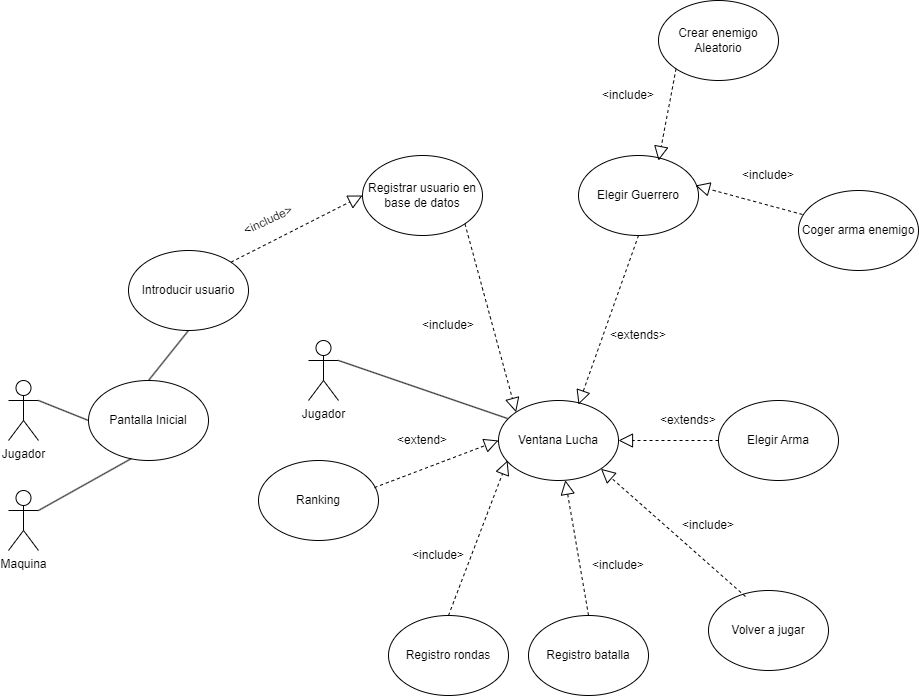
This is M5/diagrama_casos d'ús.png from PatricioGitHub1/Projecte-BatallaRaces, a draw.io export, as it was before one commit. Source tidied: cells renumbered, new cells last; positions are measured from the earlier drawing's top-left corner, leaving out a move shared by most shapes.
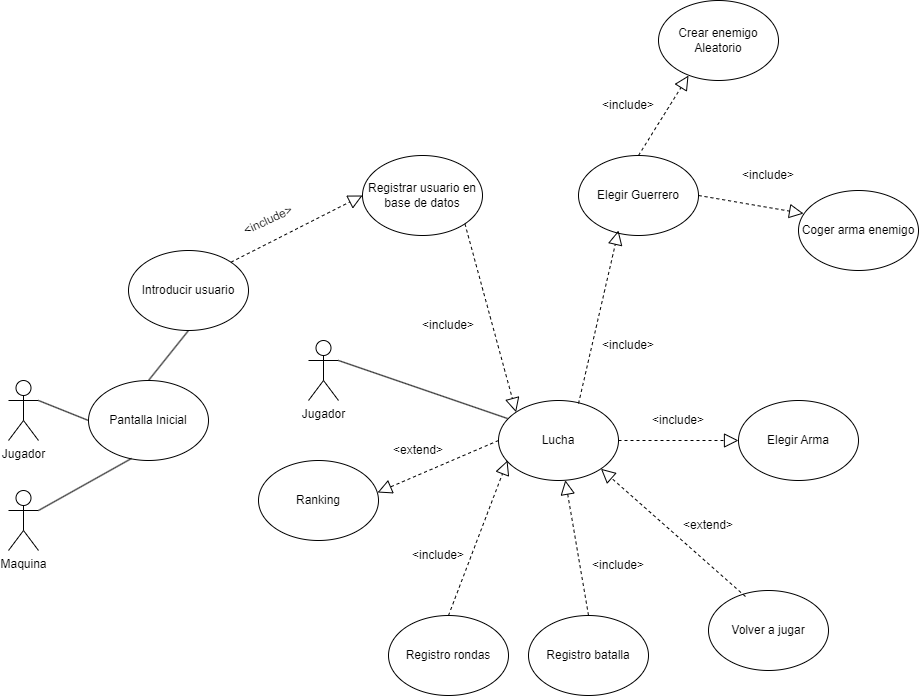
The same file after the commit.

Change to the diagram source:
```diff
@@ -20,7 +20,7 @@
     <mxCell id="7" style="endArrow=block;dashed=1;endFill=0;endSize=12;html=1;rounded=0;exitX=1;exitY=0;exitDx=0;exitDy=0;entryX=0;entryY=0.5;entryDx=0;entryDy=0;" parent="1" edge="1" source="4" target="5">
       <mxGeometry relative="1" as="geometry" />
     </mxCell>
-    <mxCell id="8" value="Ventana Lucha" style="ellipse;whiteSpace=wrap;html=1;" parent="1" vertex="1">
+    <mxCell id="8" value="Lucha" style="ellipse;whiteSpace=wrap;html=1;" parent="1" vertex="1">
       <mxGeometry x="490" y="400" width="120" height="80" as="geometry" />
     </mxCell>
     <mxCell id="9" style="endArrow=block;dashed=1;endFill=0;endSize=12;html=1;rounded=0;exitX=1;exitY=1;exitDx=0;exitDy=0;entryX=0;entryY=0;entryDx=0;entryDy=0;" parent="1" edge="1" source="5" target="8">
@@ -32,11 +32,13 @@
     <mxCell id="11" value="Elegir Guerrero" style="ellipse;whiteSpace=wrap;html=1;" parent="1" vertex="1">
       <mxGeometry x="570" y="155" width="120" height="80" as="geometry" />
     </mxCell>
-    <mxCell id="12" style="endArrow=block;dashed=1;endFill=0;endSize=12;html=1;rounded=0;exitX=0.5;exitY=1;exitDx=0;exitDy=0;entryX=0.667;entryY=0.05;entryDx=0;entryDy=0;entryPerimeter=0;" parent="1" edge="1" source="11" target="8">
-      <mxGeometry relative="1" as="geometry" />
+    <mxCell id="12" style="endArrow=block;dashed=1;endFill=0;endSize=12;html=1;rounded=0;exitX=0.667;exitY=0.038;exitDx=0;exitDy=0;exitPerimeter=0;" parent="1" edge="1" source="8">
+      <mxGeometry relative="1" as="geometry">
+        <mxPoint x="610" y="230" as="targetPoint" />
+      </mxGeometry>
     </mxCell>
-    <mxCell id="13" value="&amp;lt;extends&amp;gt;" style="text;html=1;strokeColor=none;fillColor=none;align=center;verticalAlign=middle;whiteSpace=wrap;rounded=0;rotation=0;" parent="1" vertex="1">
-      <mxGeometry x="600" y="320" width="60" height="30" as="geometry" />
+    <mxCell id="13" value="&amp;lt;include&amp;gt;" style="text;html=1;strokeColor=none;fillColor=none;align=center;verticalAlign=middle;whiteSpace=wrap;rounded=0;rotation=0;" parent="1" vertex="1">
+      <mxGeometry x="590" y="330" width="60" height="30" as="geometry" />
     </mxCell>
     <mxCell id="14" value="Registro batalla" style="ellipse;whiteSpace=wrap;html=1;" parent="1" vertex="1">
       <mxGeometry x="520" y="615" width="120" height="80" as="geometry" />
@@ -51,9 +53,9 @@
       <mxGeometry relative="1" as="geometry" />
     </mxCell>
     <mxCell id="18" value="Elegir Arma" style="ellipse;whiteSpace=wrap;html=1;" parent="1" vertex="1">
-      <mxGeometry x="710" y="400" width="120" height="80" as="geometry" />
+      <mxGeometry x="730" y="400" width="120" height="80" as="geometry" />
     </mxCell>
-    <mxCell id="19" style="endArrow=block;dashed=1;endFill=0;endSize=12;html=1;rounded=0;exitX=0;exitY=0.5;exitDx=0;exitDy=0;entryX=1;entryY=0.5;entryDx=0;entryDy=0;" parent="1" edge="1" source="18" target="8">
+    <mxCell id="19" style="endArrow=block;dashed=1;endFill=0;endSize=12;html=1;rounded=0;exitX=1;exitY=0.5;exitDx=0;exitDy=0;entryX=0;entryY=0.5;entryDx=0;entryDy=0;" parent="1" edge="1" source="8" target="18">
       <mxGeometry relative="1" as="geometry" />
     </mxCell>
     <mxCell id="20" value="Pantalla Inicial" style="ellipse;whiteSpace=wrap;html=1;" parent="1" vertex="1">
@@ -71,13 +73,11 @@
     <mxCell id="24" value="Ranking" style="ellipse;whiteSpace=wrap;html=1;" parent="1" vertex="1">
       <mxGeometry x="250" y="460" width="120" height="80" as="geometry" />
     </mxCell>
-    <mxCell id="25" style="endArrow=block;dashed=1;endFill=0;endSize=12;html=1;rounded=0;exitX=0.967;exitY=0.338;exitDx=0;exitDy=0;exitPerimeter=0;" parent="1" edge="1" source="24">
-      <mxGeometry relative="1" as="geometry">
-        <mxPoint x="490" y="440" as="targetPoint" />
-      </mxGeometry>
+    <mxCell id="25" style="endArrow=block;dashed=1;endFill=0;endSize=12;html=1;rounded=0;exitX=0;exitY=0.5;exitDx=0;exitDy=0;entryX=0.992;entryY=0.4;entryDx=0;entryDy=0;entryPerimeter=0;" parent="1" edge="1" source="8" target="24">
+      <mxGeometry relative="1" as="geometry" />
     </mxCell>
-    <mxCell id="26" value="&amp;lt;extends&amp;gt;" style="text;html=1;strokeColor=none;fillColor=none;align=center;verticalAlign=middle;whiteSpace=wrap;rounded=0;rotation=0;" parent="1" vertex="1">
-      <mxGeometry x="650" y="405" width="60" height="30" as="geometry" />
+    <mxCell id="26" value="&amp;lt;include&amp;gt;" style="text;html=1;strokeColor=none;fillColor=none;align=center;verticalAlign=middle;whiteSpace=wrap;rounded=0;rotation=0;" parent="1" vertex="1">
+      <mxGeometry x="640" y="405" width="60" height="30" as="geometry" />
     </mxCell>
     <mxCell id="27" value="&amp;lt;include&amp;gt;" style="text;html=1;strokeColor=none;fillColor=none;align=center;verticalAlign=middle;whiteSpace=wrap;rounded=0;rotation=0;" parent="1" vertex="1">
       <mxGeometry x="400" y="540" width="60" height="30" as="geometry" />
@@ -86,7 +86,7 @@
       <mxGeometry x="580" y="550" width="60" height="30" as="geometry" />
     </mxCell>
     <mxCell id="29" value="&amp;lt;extend&amp;gt;" style="text;html=1;strokeColor=none;fillColor=none;align=center;verticalAlign=middle;whiteSpace=wrap;rounded=0;rotation=0;" parent="1" vertex="1">
-      <mxGeometry x="384" y="425" width="60" height="30" as="geometry" />
+      <mxGeometry x="380" y="435" width="60" height="30" as="geometry" />
     </mxCell>
     <mxCell id="30" value="Volver a jugar" style="ellipse;whiteSpace=wrap;html=1;" parent="1" vertex="1">
       <mxGeometry x="700" y="590" width="120" height="80" as="geometry" />
@@ -94,7 +94,7 @@
     <mxCell id="31" style="endArrow=block;dashed=1;endFill=0;endSize=12;html=1;rounded=0;entryX=1;entryY=1;entryDx=0;entryDy=0;exitX=0.308;exitY=0.075;exitDx=0;exitDy=0;exitPerimeter=0;" parent="1" edge="1" source="30" target="8">
       <mxGeometry relative="1" as="geometry" />
     </mxCell>
-    <mxCell id="32" value="&amp;lt;include&amp;gt;" style="text;html=1;strokeColor=none;fillColor=none;align=center;verticalAlign=middle;whiteSpace=wrap;rounded=0;rotation=0;" parent="1" vertex="1">
+    <mxCell id="32" value="&amp;lt;extend&amp;gt;" style="text;html=1;strokeColor=none;fillColor=none;align=center;verticalAlign=middle;whiteSpace=wrap;rounded=0;rotation=0;" parent="1" vertex="1">
       <mxGeometry x="670" y="510" width="60" height="30" as="geometry" />
     </mxCell>
     <mxCell id="33" value="Jugador&lt;br&gt;" style="shape=umlActor;verticalLabelPosition=bottom;verticalAlign=top;html=1;outlineConnect=0;" parent="1" vertex="1">
@@ -109,17 +109,17 @@
     <mxCell id="36" value="Coger arma enemigo" style="ellipse;whiteSpace=wrap;html=1;" parent="1" vertex="1">
       <mxGeometry x="790" y="190" width="120" height="80" as="geometry" />
     </mxCell>
-    <mxCell id="37" style="endArrow=block;dashed=1;endFill=0;endSize=12;html=1;rounded=0;entryX=0.667;entryY=0.063;entryDx=0;entryDy=0;exitX=0;exitY=1;exitDx=0;exitDy=0;entryPerimeter=0;" parent="1" edge="1" source="35" target="11">
+    <mxCell id="37" style="endArrow=block;dashed=1;endFill=0;endSize=12;html=1;rounded=0;entryX=0.25;entryY=0.938;entryDx=0;entryDy=0;exitX=0.5;exitY=0;exitDx=0;exitDy=0;entryPerimeter=0;" parent="1" edge="1" source="11" target="35">
       <mxGeometry relative="1" as="geometry" />
     </mxCell>
-    <mxCell id="38" style="endArrow=block;dashed=1;endFill=0;endSize=12;html=1;rounded=0;entryX=0.975;entryY=0.375;entryDx=0;entryDy=0;entryPerimeter=0;exitX=0.033;exitY=0.3;exitDx=0;exitDy=0;exitPerimeter=0;" parent="1" edge="1" source="36" target="11">
+    <mxCell id="38" style="endArrow=block;dashed=1;endFill=0;endSize=12;html=1;rounded=0;entryX=0.042;entryY=0.288;entryDx=0;entryDy=0;exitX=1;exitY=0.5;exitDx=0;exitDy=0;entryPerimeter=0;" parent="1" edge="1" source="11" target="36">
       <mxGeometry relative="1" as="geometry" />
     </mxCell>
     <mxCell id="39" value="&amp;lt;include&amp;gt;" style="text;html=1;strokeColor=none;fillColor=none;align=center;verticalAlign=middle;whiteSpace=wrap;rounded=0;rotation=0;" parent="1" vertex="1">
       <mxGeometry x="730" y="160" width="60" height="30" as="geometry" />
     </mxCell>
     <mxCell id="40" value="&amp;lt;include&amp;gt;" style="text;html=1;strokeColor=none;fillColor=none;align=center;verticalAlign=middle;whiteSpace=wrap;rounded=0;rotation=0;" parent="1" vertex="1">
-      <mxGeometry x="590" y="80" width="60" height="30" as="geometry" />
+      <mxGeometry x="590" y="90" width="60" height="30" as="geometry" />
     </mxCell>
   </root>
 </mxGraphModel>
```
